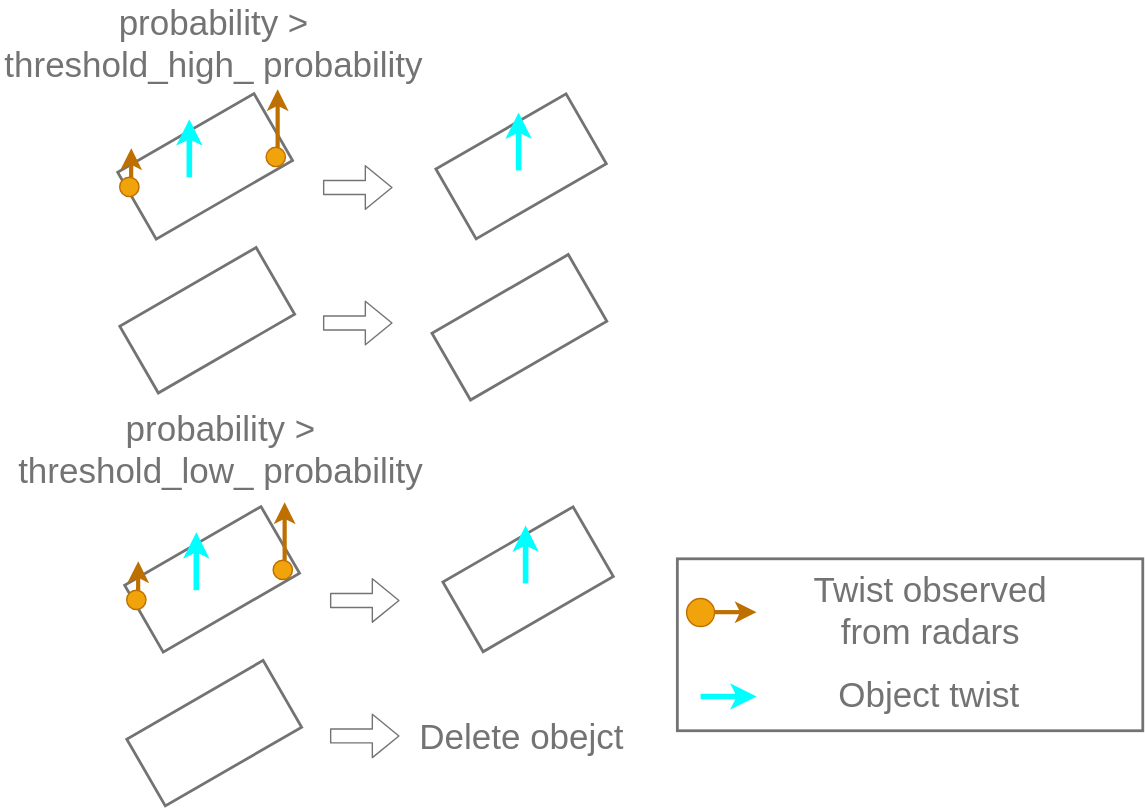
Earlier version of the draw.io export radar_fusion_to_detected_object/docs/radar_fusion_to_detected_object_5.drawio.svg (scepter914/my-autoware-workspace). Source tidied: cells renumbered, new cells last; positions are measured from the earlier drawing's top-left corner, leaving out a move shared by most shapes.
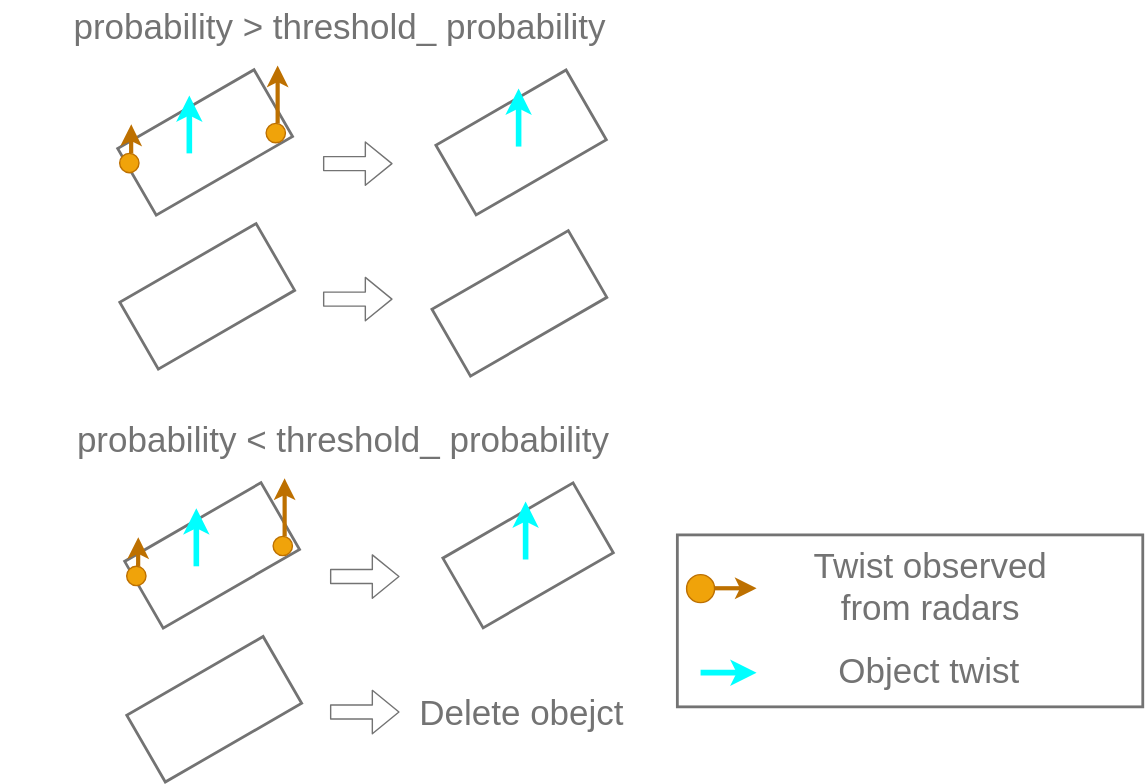
The same diagram one commit later.

Commit message:
update radar fusion

What changed in the source:
```diff
@@ -26,8 +26,8 @@
     <mxCell id="7" value="&lt;font&gt;&lt;span style=&quot;font-size: 25px&quot;&gt;&lt;font color=&quot;#737373&quot;&gt;Object twist&lt;/font&gt;&lt;/span&gt;&lt;br&gt;&lt;/font&gt;" style="text;html=1;strokeColor=none;fillColor=none;align=center;verticalAlign=middle;whiteSpace=wrap;rounded=0;" parent="1" vertex="1">
       <mxGeometry x="548.8" y="465" width="228.7" height="35" as="geometry" />
     </mxCell>
-    <mxCell id="8" value="&lt;font&gt;&lt;span style=&quot;font-size: 25px&quot;&gt;&lt;font color=&quot;#737373&quot;&gt;probability &amp;gt; threshold_high_&lt;/font&gt;&lt;/span&gt;&lt;span style=&quot;color: rgb(115 , 115 , 115) ; font-size: 25px&quot;&gt;probability&lt;/span&gt;&lt;br&gt;&lt;/font&gt;" style="text;html=1;strokeColor=none;fillColor=none;align=center;verticalAlign=middle;whiteSpace=wrap;rounded=0;" parent="1" vertex="1">
-      <mxGeometry width="305" height="35" as="geometry" />
+    <mxCell id="8" value="&lt;font&gt;&lt;span style=&quot;font-size: 25px&quot;&gt;&lt;font color=&quot;#737373&quot;&gt;probability &amp;gt; threshold_&lt;/font&gt;&lt;/span&gt;&lt;span style=&quot;color: rgb(115 , 115 , 115) ; font-size: 25px&quot;&gt;probability&lt;/span&gt;&lt;br&gt;&lt;/font&gt;" style="text;html=1;strokeColor=none;fillColor=none;align=center;verticalAlign=middle;whiteSpace=wrap;rounded=0;" parent="1" vertex="1">
+      <mxGeometry y="5" width="485" height="35" as="geometry" />
     </mxCell>
     <mxCell id="9" style="rounded=0;whiteSpace=wrap;html=1;rotation=60;strokeWidth=2;fillColor=none;strokeColor=#737373;" parent="1" vertex="1">
       <mxGeometry x="118.5" y="50" width="55.1" height="112.5" as="geometry" />
@@ -83,8 +83,8 @@
     <mxCell id="20" style="rounded=0;whiteSpace=wrap;html=1;rotation=60;strokeWidth=2;fillColor=none;strokeColor=#737373;" parent="1" vertex="1">
       <mxGeometry x="343" y="164.9" width="55.1" height="112.5" as="geometry" />
     </mxCell>
-    <mxCell id="21" value="&lt;font&gt;&lt;span style=&quot;color: rgb(115 , 115 , 115) ; font-size: 25px&quot;&gt;probability&lt;/span&gt;&lt;span style=&quot;font-size: 25px&quot;&gt;&lt;font color=&quot;#737373&quot;&gt;&amp;nbsp;&amp;gt; threshold_low_&lt;/font&gt;&lt;/span&gt;&lt;span style=&quot;color: rgb(115 , 115 , 115) ; font-size: 25px&quot;&gt;probability&lt;/span&gt;&lt;br&gt;&lt;/font&gt;" style="text;html=1;strokeColor=none;fillColor=none;align=center;verticalAlign=middle;whiteSpace=wrap;rounded=0;" parent="1" vertex="1">
-      <mxGeometry x="5" y="290" width="305" height="35" as="geometry" />
+    <mxCell id="21" value="&lt;font&gt;&lt;span style=&quot;color: rgb(115 , 115 , 115) ; font-size: 25px&quot;&gt;probability&lt;/span&gt;&lt;span style=&quot;font-size: 25px&quot;&gt;&lt;font color=&quot;#737373&quot;&gt;&amp;nbsp;&amp;lt; threshold_&lt;/font&gt;&lt;/span&gt;&lt;span style=&quot;color: rgb(115 , 115 , 115) ; font-size: 25px&quot;&gt;probability&lt;/span&gt;&lt;br&gt;&lt;/font&gt;" style="text;html=1;strokeColor=none;fillColor=none;align=center;verticalAlign=middle;whiteSpace=wrap;rounded=0;" parent="1" vertex="1">
+      <mxGeometry x="30" y="300" width="430" height="35" as="geometry" />
     </mxCell>
     <mxCell id="22" style="rounded=0;whiteSpace=wrap;html=1;rotation=60;strokeWidth=2;fillColor=none;strokeColor=#737373;" parent="1" vertex="1">
       <mxGeometry x="123.5" y="345" width="55.1" height="112.5" as="geometry" />
```
